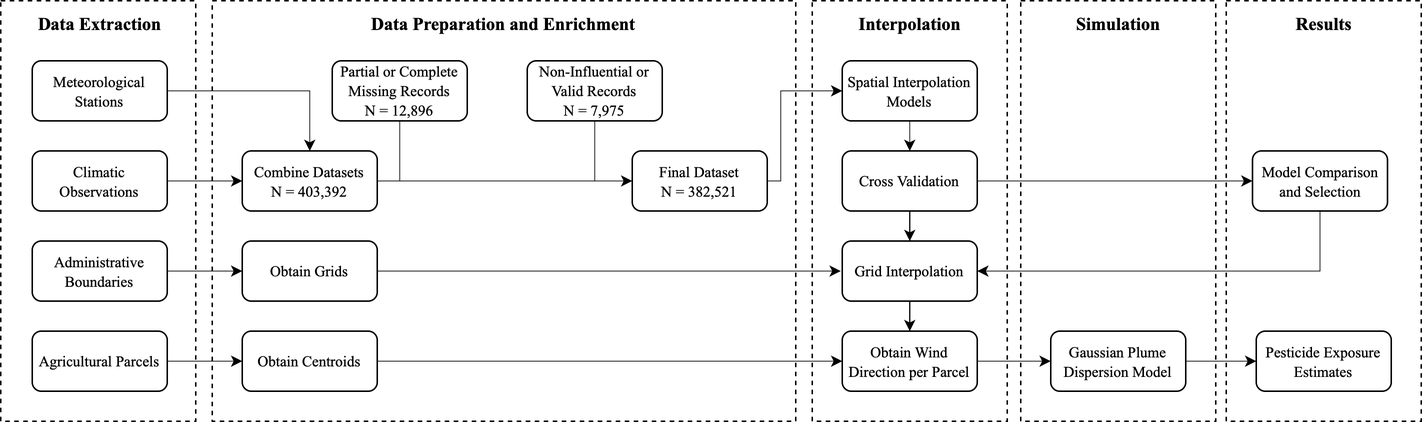
The draw.io diagram Thesis/Figures/Methodological_Procedure.png in thomasnib/Improving-Pesticide-Exposure, before a commit. Source tidied: cells renumbered, new cells last; positions are measured from the earlier drawing's top-left corner, leaving out a move shared by most shapes.
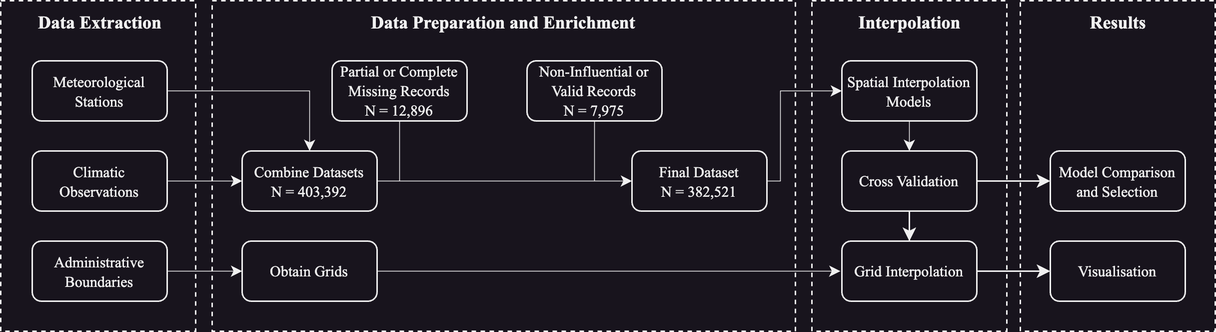
After the commit.

Change to the diagram source:
```diff
@@ -2,12 +2,18 @@
   <root>
     <mxCell id="0" />
     <mxCell id="1" parent="0" />
+    <mxCell id="3" style="rounded=0;whiteSpace=wrap;html=1;fillColor=none;dashed=1;" parent="1" vertex="1">
+      <mxGeometry x="680" width="130" height="220" as="geometry" />
+    </mxCell>
     <mxCell id="2" style="rounded=0;whiteSpace=wrap;html=1;fillColor=none;dashed=1;" parent="1" vertex="1">
-      <mxGeometry x="141" width="389" height="280" as="geometry" />
+      <mxGeometry x="141" width="389" height="220" as="geometry" />
     </mxCell>
-    <mxCell id="3" style="rounded=0;whiteSpace=wrap;html=1;fillColor=none;dashed=1;" parent="1" vertex="1">
-      <mxGeometry x="817" width="130" height="280" as="geometry" />
-    </mxCell>
+    <mxCell id="43" style="rounded=0;whiteSpace=wrap;html=1;fillColor=none;dashed=1;" parent="1" vertex="1">
+      <mxGeometry width="130" height="220" as="geometry" />
+    </mxCell>
+    <mxCell id="44" style="rounded=0;whiteSpace=wrap;html=1;fillColor=none;dashed=1;" parent="1" vertex="1">
+      <mxGeometry x="541" width="130" height="220" as="geometry" />
+    </mxCell>
     <mxCell id="4" style="edgeStyle=orthogonalEdgeStyle;rounded=0;jettySize=auto;html=1;strokeWidth=0.5;" parent="1" edge="1" source="5" target="13">
       <mxGeometry relative="1" as="geometry" />
     </mxCell>
@@ -26,12 +32,6 @@
     <mxCell id="9" value="&lt;font face=&quot;Times New Roman&quot;&gt;Administrative Boundaries&lt;/font&gt;" style="rounded=1;whiteSpace=wrap;html=1;fontSize=10;" parent="1" vertex="1">
       <mxGeometry x="21" y="160" width="90" height="40" as="geometry" />
     </mxCell>
-    <mxCell id="10" style="edgeStyle=orthogonalEdgeStyle;rounded=0;jettySize=auto;html=1;entryX=0;entryY=0.5;entryDx=0;entryDy=0;strokeWidth=0.5;" parent="1" edge="1" source="11" target="17">
-      <mxGeometry relative="1" as="geometry" />
-    </mxCell>
-    <mxCell id="11" value="&lt;font face=&quot;Times New Roman&quot;&gt;Agricultural Parcels&lt;/font&gt;" style="rounded=1;whiteSpace=wrap;html=1;fontSize=10;" parent="1" vertex="1">
-      <mxGeometry x="21" y="220" width="90" height="40" as="geometry" />
-    </mxCell>
     <mxCell id="12" style="edgeStyle=orthogonalEdgeStyle;rounded=0;jettySize=auto;html=1;strokeWidth=0.5;" parent="1" edge="1" source="13" target="21">
       <mxGeometry relative="1" as="geometry" />
     </mxCell>
@@ -46,12 +46,6 @@
     <mxCell id="15" value="&lt;font face=&quot;Times New Roman&quot;&gt;Obtain Grids&lt;/font&gt;" style="rounded=1;whiteSpace=wrap;html=1;fontSize=10;" parent="1" vertex="1">
       <mxGeometry x="161" y="160" width="90" height="40" as="geometry" />
     </mxCell>
-    <mxCell id="16" style="edgeStyle=orthogonalEdgeStyle;rounded=0;jettySize=auto;html=1;exitX=1;exitY=0.5;exitDx=0;exitDy=0;entryX=0;entryY=0.5;entryDx=0;entryDy=0;strokeWidth=0.5;" parent="1" edge="1" source="17" target="32">
-      <mxGeometry relative="1" as="geometry" />
-    </mxCell>
-    <mxCell id="17" value="&lt;font face=&quot;Times New Roman&quot;&gt;Obtain Centroids&lt;/font&gt;" style="rounded=1;whiteSpace=wrap;html=1;fontSize=10;" parent="1" vertex="1">
-      <mxGeometry x="161" y="220" width="90" height="40" as="geometry" />
-    </mxCell>
     <mxCell id="18" value="&lt;font face=&quot;Times New Roman&quot;&gt;Non-Influential or Valid Records&lt;br&gt;N = 7,975&lt;br&gt;&lt;/font&gt;" style="rounded=1;whiteSpace=wrap;html=1;fontSize=10;" parent="1" vertex="1">
       <mxGeometry x="351" y="40" width="90" height="40" as="geometry" />
     </mxCell>
@@ -69,12 +63,12 @@
     <mxCell id="21" value="&lt;font face=&quot;Times New Roman&quot;&gt;Final Dataset&lt;br&gt;N = 382,521&lt;br&gt;&lt;/font&gt;" style="rounded=1;whiteSpace=wrap;html=1;fontSize=10;" parent="1" vertex="1">
       <mxGeometry x="421" y="100" width="90" height="40" as="geometry" />
     </mxCell>
+    <mxCell id="23" style="edgeStyle=orthogonalEdgeStyle;rounded=0;jettySize=auto;html=1;entryX=0;entryY=0.5;entryDx=0;entryDy=0;" parent="1" edge="1" source="24" target="28">
+      <mxGeometry relative="1" as="geometry" />
+    </mxCell>
-    <mxCell id="22" style="edgeStyle=orthogonalEdgeStyle;rounded=0;jettySize=auto;html=1;entryX=0.5;entryY=0;entryDx=0;entryDy=0;strokeWidth=0.5;" parent="1" edge="1" source="24" target="30">
+    <mxCell id="22" style="edgeStyle=orthogonalEdgeStyle;rounded=0;jettySize=auto;html=1;" parent="1" edge="1" source="24" target="30">
       <mxGeometry relative="1" as="geometry" />
     </mxCell>
-    <mxCell id="23" style="edgeStyle=orthogonalEdgeStyle;rounded=0;jettySize=auto;html=1;entryX=0;entryY=0.5;entryDx=0;entryDy=0;strokeWidth=0.5;" parent="1" edge="1" source="24" target="28">
-      <mxGeometry relative="1" as="geometry" />
-    </mxCell>
     <mxCell id="24" value="&lt;font face=&quot;Times New Roman&quot;&gt;Cross Validation&lt;br&gt;&lt;/font&gt;" style="rounded=1;whiteSpace=wrap;html=1;fontSize=10;" parent="1" vertex="1">
       <mxGeometry x="561" y="100" width="90" height="40" as="geometry" />
     </mxCell>
@@ -88,37 +82,15 @@
     <mxCell id="26" value="&lt;font face=&quot;Times New Roman&quot;&gt;Spatial Interpolation Models&lt;br&gt;&lt;/font&gt;" style="rounded=1;whiteSpace=wrap;html=1;fontSize=10;" parent="1" vertex="1">
       <mxGeometry x="561" y="40" width="90" height="40" as="geometry" />
     </mxCell>
-    <mxCell id="27" style="edgeStyle=orthogonalEdgeStyle;rounded=0;jettySize=auto;html=1;entryX=1;entryY=0.5;entryDx=0;entryDy=0;strokeWidth=0.5;" parent="1" edge="1" source="28" target="30">
-      <mxGeometry relative="1" as="geometry">
-        <Array as="points">
-          <mxPoint x="880" y="180" />
-        </Array>
-      </mxGeometry>
-    </mxCell>
     <mxCell id="28" value="&lt;font face=&quot;Times New Roman&quot;&gt;Model Comparison and Selection&lt;/font&gt;" style="rounded=1;whiteSpace=wrap;html=1;fontSize=10;" parent="1" vertex="1">
-      <mxGeometry x="834.5" y="100" width="90" height="40" as="geometry" />
+      <mxGeometry x="700" y="100" width="90" height="40" as="geometry" />
     </mxCell>
-    <mxCell id="29" style="edgeStyle=orthogonalEdgeStyle;rounded=0;jettySize=auto;html=1;strokeWidth=0.5;" parent="1" edge="1" source="30" target="32">
-      <mxGeometry relative="1" as="geometry" />
-    </mxCell>
+    <mxCell id="46" style="edgeStyle=orthogonalEdgeStyle;rounded=0;jettySize=auto;html=1;exitX=1;exitY=0.5;exitDx=0;exitDy=0;entryX=0;entryY=0.5;entryDx=0;entryDy=0;" parent="1" edge="1" source="30" target="47">
+      <mxGeometry relative="1" as="geometry" />
+    </mxCell>
     <mxCell id="30" value="&lt;font face=&quot;Times New Roman&quot;&gt;Grid Interpolation&lt;/font&gt;" style="rounded=1;whiteSpace=wrap;html=1;fontSize=10;" parent="1" vertex="1">
       <mxGeometry x="561" y="160" width="90" height="40" as="geometry" />
     </mxCell>
-    <mxCell id="31" style="edgeStyle=orthogonalEdgeStyle;rounded=0;jettySize=auto;html=1;entryX=0;entryY=0.5;entryDx=0;entryDy=0;strokeWidth=0.5;" parent="1" edge="1" source="32" target="34">
-      <mxGeometry relative="1" as="geometry" />
-    </mxCell>
-    <mxCell id="32" value="&lt;font face=&quot;Times New Roman&quot;&gt;Obtain Wind Direction per Parcel&lt;/font&gt;" style="rounded=1;whiteSpace=wrap;html=1;fontSize=10;" parent="1" vertex="1">
-      <mxGeometry x="561" y="220" width="90" height="40" as="geometry" />
-    </mxCell>
-    <mxCell id="33" style="edgeStyle=orthogonalEdgeStyle;rounded=0;jettySize=auto;html=1;exitX=1;exitY=0.5;exitDx=0;exitDy=0;entryX=0;entryY=0.5;entryDx=0;entryDy=0;strokeWidth=0.5;" parent="1" edge="1" source="34" target="35">
-      <mxGeometry relative="1" as="geometry" />
-    </mxCell>
-    <mxCell id="34" value="&lt;font face=&quot;Times New Roman&quot;&gt;Gaussian Plume Dispersion Model&lt;/font&gt;" style="rounded=1;whiteSpace=wrap;html=1;fontSize=10;" parent="1" vertex="1">
-      <mxGeometry x="700" y="220" width="90" height="40" as="geometry" />
-    </mxCell>
-    <mxCell id="35" value="&lt;font face=&quot;Times New Roman&quot;&gt;Pesticide Exposure Estimates&lt;/font&gt;" style="rounded=1;whiteSpace=wrap;html=1;fontSize=10;" parent="1" vertex="1">
-      <mxGeometry x="837" y="220" width="90" height="40" as="geometry" />
-    </mxCell>
     <mxCell id="36" value="&lt;b&gt;Data Extraction&lt;/b&gt;" style="text;html=1;strokeColor=none;fillColor=none;align=center;verticalAlign=middle;whiteSpace=wrap;rounded=0;fontFamily=Times New Roman;" parent="1" vertex="1">
       <mxGeometry x="18.5" width="95" height="30" as="geometry" />
     </mxCell>
@@ -128,12 +100,9 @@
     <mxCell id="38" value="&lt;b&gt;Interpolation&lt;/b&gt;" style="text;html=1;strokeColor=none;fillColor=none;align=center;verticalAlign=middle;whiteSpace=wrap;rounded=0;fontFamily=Times New Roman;" parent="1" vertex="1">
       <mxGeometry x="558.5" width="95" height="30" as="geometry" />
     </mxCell>
-    <mxCell id="39" value="&lt;b&gt;Simulation&lt;/b&gt;" style="text;html=1;strokeColor=none;fillColor=none;align=center;verticalAlign=middle;whiteSpace=wrap;rounded=0;fontFamily=Times New Roman;" parent="1" vertex="1">
+    <mxCell id="39" value="&lt;b&gt;Results&lt;/b&gt;" style="text;html=1;strokeColor=none;fillColor=none;align=center;verticalAlign=middle;whiteSpace=wrap;rounded=0;fontFamily=Times New Roman;" parent="1" vertex="1">
       <mxGeometry x="697.5" width="95" height="30" as="geometry" />
     </mxCell>
-    <mxCell id="40" value="&lt;b&gt;Results&lt;/b&gt;" style="text;html=1;strokeColor=none;fillColor=none;align=center;verticalAlign=middle;whiteSpace=wrap;rounded=0;fontFamily=Times New Roman;" parent="1" vertex="1">
-      <mxGeometry x="834.5" width="95" height="30" as="geometry" />
-    </mxCell>
     <mxCell id="41" style="endArrow=none;html=1;rounded=0;exitX=0.5;exitY=1;exitDx=0;exitDy=0;strokeWidth=0.5;" parent="1" edge="1" source="19">
       <mxGeometry relative="1" as="geometry">
         <mxPoint x="266" y="120" as="targetPoint" />
@@ -144,14 +113,8 @@
         <mxPoint x="396" y="120" as="targetPoint" />
       </mxGeometry>
     </mxCell>
-    <mxCell id="43" style="rounded=0;whiteSpace=wrap;html=1;fillColor=none;dashed=1;" parent="1" vertex="1">
-      <mxGeometry width="130" height="280" as="geometry" />
-    </mxCell>
-    <mxCell id="44" style="rounded=0;whiteSpace=wrap;html=1;fillColor=none;dashed=1;" parent="1" vertex="1">
-      <mxGeometry x="541" width="130" height="280" as="geometry" />
-    </mxCell>
-    <mxCell id="45" style="rounded=0;whiteSpace=wrap;html=1;fillColor=none;dashed=1;" parent="1" vertex="1">
-      <mxGeometry x="680" width="130" height="280" as="geometry" />
-    </mxCell>
+    <mxCell id="47" value="&lt;font face=&quot;Times New Roman&quot;&gt;Visualisation&lt;/font&gt;" style="rounded=1;whiteSpace=wrap;html=1;fontSize=10;" parent="1" vertex="1">
+      <mxGeometry x="700" y="160" width="90" height="40" as="geometry" />
+    </mxCell>
   </root>
 </mxGraphModel>
```
